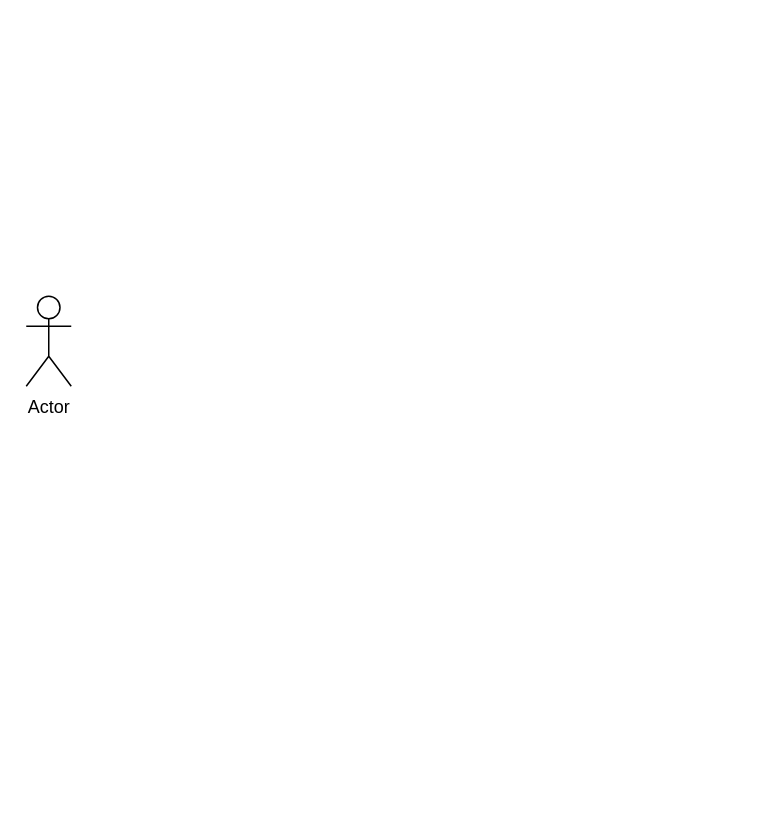
Before: page "user" (1 of 3) of UML_diagrams.drawio in IlonaBaran/oracles, a draw.io diagram. Source tidied: cells renumbered, new cells numbered last; positions are measured from the earlier drawing's top-left corner, leaving out a move shared by most shapes. Both pictures are drawn from the tidied source at 150%, with x=0, y=0 at pixel (26, 296).
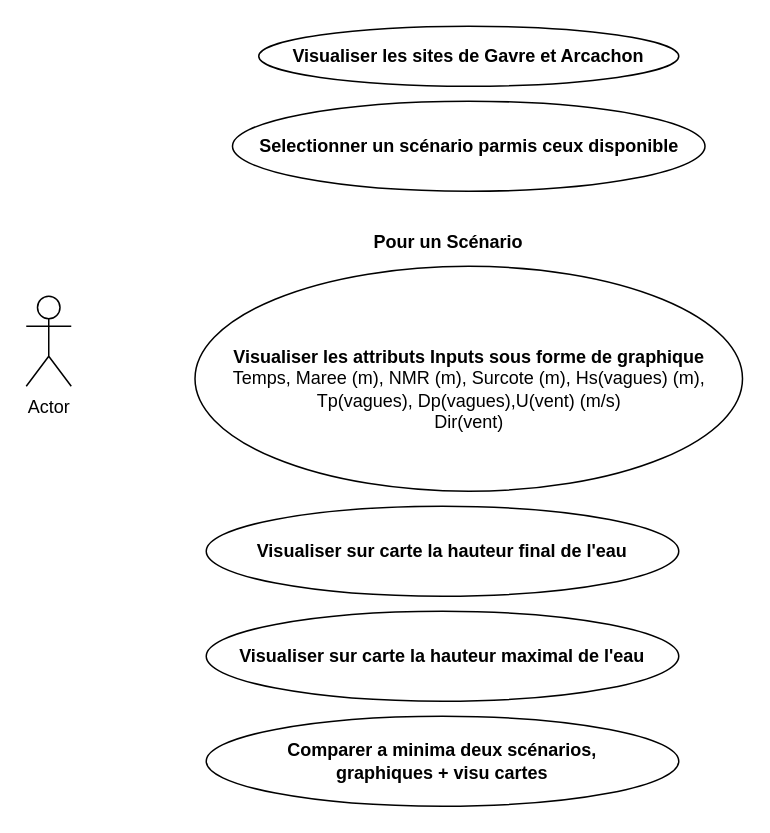
The same page after the edit.

The edit, as a diff of the source:
```diff
@@
 <mxGraphModel>
   <root>
     <mxCell id="0" />
     <mxCell id="1" parent="0" />
     <mxCell id="2" value="Actor" style="shape=umlActor;verticalLabelPosition=bottom;verticalAlign=top;html=1;" parent="1" vertex="1">
       <mxGeometry width="30" height="60" as="geometry" />
     </mxCell>
+    <mxCell id="3" value="&lt;b&gt;Visualiser les sites de Gavre et Arcachon&lt;/b&gt;" style="ellipse;whiteSpace=wrap;html=1;" parent="1" vertex="1">
+      <mxGeometry x="155" y="-180" width="280" height="40" as="geometry" />
+    </mxCell>
+    <mxCell id="4" value="&lt;b&gt;Selectionner un scénario parmis ceux disponible&lt;/b&gt;" style="ellipse;whiteSpace=wrap;html=1;" parent="1" vertex="1">
+      <mxGeometry x="137.5" y="-130" width="315" height="60" as="geometry" />
+    </mxCell>
+    <mxCell id="5" value="&lt;div&gt;&lt;br&gt;&lt;/div&gt;&lt;div&gt;&lt;b&gt;Visualiser les attributs Inputs sous forme de graphique &lt;/b&gt;&lt;br&gt;&lt;/div&gt;&lt;div&gt;Temps, Maree (m), NMR (m), Surcote (m), Hs(vagues) (m), Tp(vagues), Dp(vagues),U(vent) (m/s)&lt;br&gt;Dir(vent)&lt;br&gt;&lt;/div&gt;" style="ellipse;whiteSpace=wrap;html=1;" parent="1" vertex="1">
+      <mxGeometry x="112.5" y="-20" width="365" height="150" as="geometry" />
+    </mxCell>
+    <mxCell id="6" value="&lt;div&gt;&lt;b&gt;Visualiser sur carte la hauteur final de l'eau &lt;/b&gt;&lt;/div&gt;" style="ellipse;whiteSpace=wrap;html=1;" parent="1" vertex="1">
+      <mxGeometry x="120" y="140" width="315" height="60" as="geometry" />
+    </mxCell>
+    <mxCell id="7" value="&lt;div&gt;&lt;b&gt;Visualiser sur carte la hauteur maximal de l'eau &lt;/b&gt;&lt;/div&gt;" style="ellipse;whiteSpace=wrap;html=1;" parent="1" vertex="1">
+      <mxGeometry x="120" y="210" width="315" height="60" as="geometry" />
+    </mxCell>
+    <mxCell id="8" value="&lt;div&gt;&lt;b&gt;Pour un Scénario&lt;/b&gt;&lt;/div&gt;" style="text;whiteSpace=wrap;html=1;" parent="1" vertex="1">
+      <mxGeometry x="230" y="-50" width="130" height="40" as="geometry" />
+    </mxCell>
+    <mxCell id="9" value="&lt;div&gt;&lt;b&gt;Comparer a minima deux scénarios,&lt;/b&gt;&lt;/div&gt;&lt;div&gt;&lt;b&gt;graphiques + visu cartes&lt;br&gt;&lt;/b&gt;&lt;/div&gt;" style="ellipse;whiteSpace=wrap;html=1;" parent="1" vertex="1">
+      <mxGeometry x="120" y="280" width="315" height="60" as="geometry" />
+    </mxCell>
   </root>
 </mxGraphModel>
```
